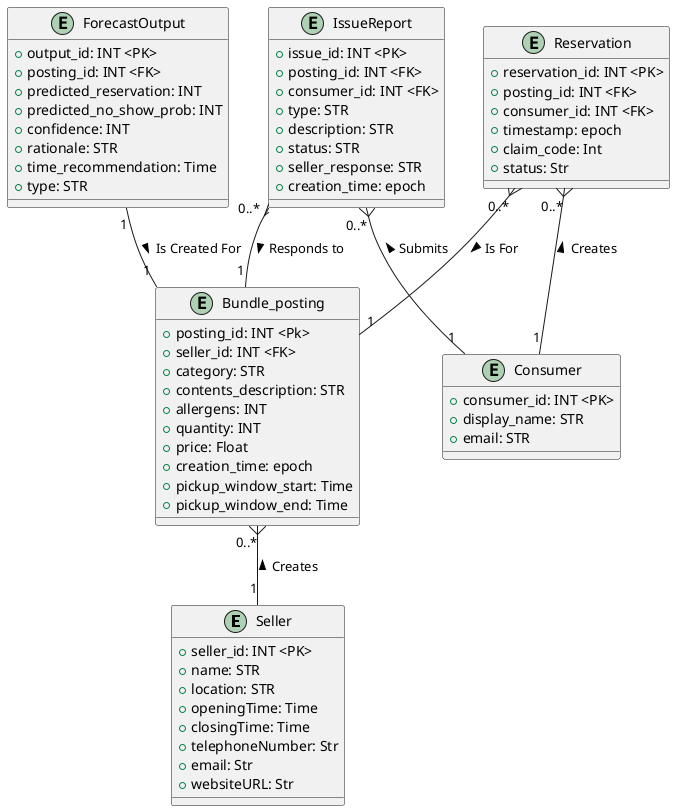
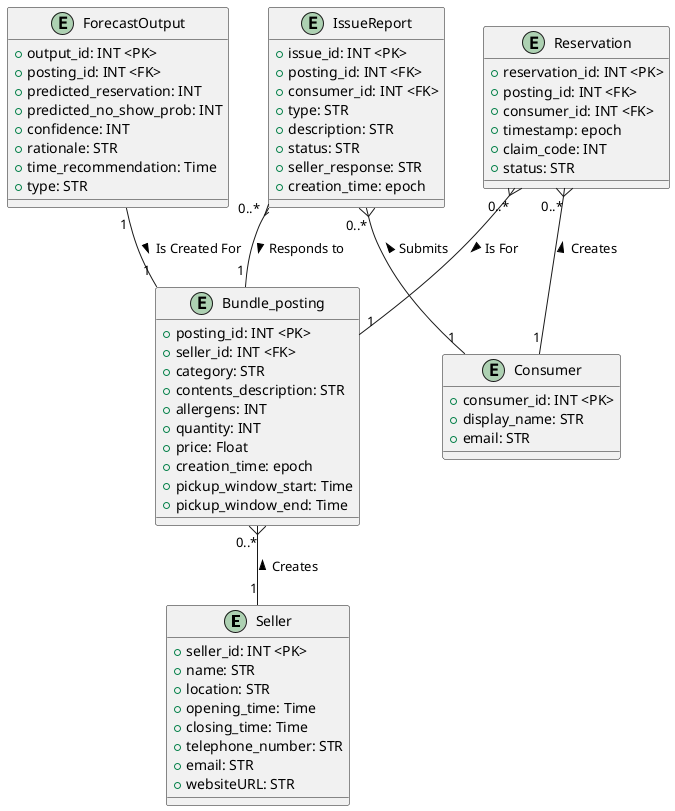
@startuml
entity Seller {
  +seller_id: INT <PK>
  +name: STR
  +location: STR
-   +openingTime: Time
-   +closingTime: Time
-   +telephoneNumber: Str
-   +email: Str
-   +websiteURL: Str
+   +opening_time: Time
+   +closing_time: Time
+   +telephone_number: STR
+   +email: STR
+   +websiteURL: STR
}

entity Bundle_posting{
-     +posting_id: INT <Pk>
+     +posting_id: INT <PK>
    +seller_id: INT <FK>
    +category: STR
    +contents_description: STR
    +allergens: INT
    +quantity: INT
    +price: Float
    +creation_time: epoch
    +pickup_window_start: Time
    +pickup_window_end: Time
}

entity Reservation{
    +reservation_id: INT <PK>
    +posting_id: INT <FK>
    +consumer_id: INT <FK>
    +timestamp: epoch
-     +claim_code: Int
-     +status: Str
+     +claim_code: INT
+     +status: STR
}
entity Consumer{
        +consumer_id: INT <PK>
        +display_name: STR
        +email: STR
}
entity IssueReport{
    +issue_id: INT <PK>
    +posting_id: INT <FK>
    +consumer_id: INT <FK>
    +type: STR
    +description: STR
    +status: STR
    +seller_response: STR
    +creation_time: epoch
}

entity ForecastOutput{
    +output_id: INT <PK>
    +posting_id: INT <FK>
    +predicted_reservation: INT
    +predicted_no_show_prob: INT
    +confidence: INT
    +rationale: STR
    +time_recommendation: Time
    +type: STR
}

Reservation "0..*" }-- "1" Consumer : Creates <
IssueReport "0..*" }-- "1" Consumer : Submits <
IssueReport "0..*" }-- "1" Bundle_posting : Responds to >
Reservation "0..*" }-- "1" Bundle_posting : Is For >
Bundle_posting "0..*" }-- "1" Seller : Creates <
ForecastOutput "1" -- "1" Bundle_posting : Is Created For >


@enduml